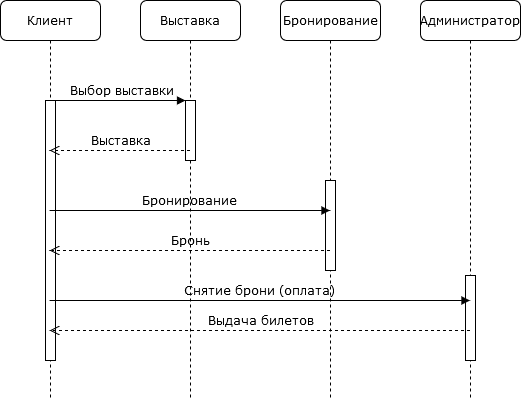
Above: Розничная покупка.png in MrSandman5/ApplicationArchitecture (draw.io), before the change. Source tidied: cells renumbered, new cells last; positions are measured from the earlier drawing's top-left corner, leaving out a move shared by most shapes. The source it was exported from:
```xml
<mxGraphModel background="#ffffff">
  <root>
    <mxCell id="0" />
    <mxCell id="1" parent="0" />
    <mxCell id="2" value="Выставка" style="shape=umlLifeline;perimeter=lifelinePerimeter;whiteSpace=wrap;html=1;outlineConnect=0;rounded=1;shadow=0;comic=0;labelBackgroundColor=none;strokeWidth=1;fontFamily=Verdana;fontSize=12;align=center;" parent="1" vertex="1">
      <mxGeometry x="140" width="100" height="400" as="geometry" />
    </mxCell>
    <mxCell id="3" style="html=1;points=[];perimeter=orthogonalPerimeter;rounded=0;shadow=0;comic=0;labelBackgroundColor=none;strokeWidth=1;fontFamily=Verdana;fontSize=12;align=center;" parent="2" vertex="1">
      <mxGeometry x="45" y="100" width="10" height="60" as="geometry" />
    </mxCell>
    <mxCell id="4" value="Бронирование" style="shape=umlLifeline;perimeter=lifelinePerimeter;whiteSpace=wrap;html=1;outlineConnect=0;rounded=1;shadow=0;comic=0;labelBackgroundColor=none;strokeWidth=1;fontFamily=Verdana;fontSize=12;align=center;" parent="1" vertex="1">
      <mxGeometry x="280" width="100" height="400" as="geometry" />
    </mxCell>
    <mxCell id="5" style="html=1;perimeter=orthogonalPerimeter;rounded=0;shadow=0;comic=0;labelBackgroundColor=none;strokeWidth=1;fontFamily=Verdana;fontSize=12;align=center;" parent="4" vertex="1">
      <mxGeometry x="45" y="180" width="10" height="90" as="geometry" />
    </mxCell>
    <mxCell id="6" value="Администратор" style="shape=umlLifeline;perimeter=lifelinePerimeter;whiteSpace=wrap;html=1;outlineConnect=0;rounded=1;shadow=0;comic=0;labelBackgroundColor=none;strokeWidth=1;fontFamily=Verdana;fontSize=12;align=center;" parent="1" vertex="1">
      <mxGeometry x="420" width="100" height="400" as="geometry" />
    </mxCell>
    <mxCell id="7" style="html=1;perimeter=orthogonalPerimeter;rounded=0;shadow=0;comic=0;labelBackgroundColor=none;strokeWidth=1;fontFamily=Verdana;fontSize=12;align=center;" parent="6" vertex="1">
      <mxGeometry x="45" y="275" width="10" height="85" as="geometry" />
    </mxCell>
    <mxCell id="8" value="Клиент" style="shape=umlLifeline;perimeter=lifelinePerimeter;whiteSpace=wrap;html=1;outlineConnect=0;rounded=1;shadow=0;comic=0;labelBackgroundColor=none;strokeWidth=1;fontFamily=Verdana;fontSize=12;align=center;" parent="1" vertex="1">
      <mxGeometry width="100" height="400" as="geometry" />
    </mxCell>
    <mxCell id="9" style="html=1;points=[];perimeter=orthogonalPerimeter;rounded=0;shadow=0;comic=0;labelBackgroundColor=none;strokeWidth=1;fontFamily=Verdana;fontSize=12;align=center;" parent="8" vertex="1">
      <mxGeometry x="45" y="100" width="10" height="260" as="geometry" />
    </mxCell>
    <mxCell id="10" value="Выставка" style="html=1;verticalAlign=bottom;endArrow=open;dashed=1;endSize=8;labelBackgroundColor=none;fontFamily=Verdana;fontSize=12;edgeStyle=elbowEdgeStyle;elbow=vertical;" parent="1" edge="1" source="2" target="8">
      <mxGeometry relative="1" as="geometry">
        <Array as="points">
          <mxPoint x="110" y="150" />
          <mxPoint x="140" y="150" />
        </Array>
      </mxGeometry>
    </mxCell>
    <mxCell id="11" value="Снятие брони (оплата)" style="html=1;verticalAlign=bottom;endArrow=block;labelBackgroundColor=none;fontFamily=Verdana;fontSize=12;" parent="1" edge="1" source="8" target="6">
      <mxGeometry relative="1" as="geometry">
        <Array as="points">
          <mxPoint x="360" y="300" />
        </Array>
      </mxGeometry>
    </mxCell>
    <mxCell id="12" value="Выбор выставки" style="html=1;verticalAlign=bottom;endArrow=block;entryX=0;entryY=0;labelBackgroundColor=none;fontFamily=Verdana;fontSize=12;edgeStyle=elbowEdgeStyle;elbow=vertical;" parent="1" edge="1" source="9" target="3">
      <mxGeometry relative="1" as="geometry" />
    </mxCell>
    <mxCell id="13" value="Бронирование" style="html=1;verticalAlign=bottom;endArrow=block;labelBackgroundColor=none;fontFamily=Verdana;fontSize=12;edgeStyle=elbowEdgeStyle;elbow=vertical;" parent="1" edge="1" source="8" target="4">
      <mxGeometry relative="1" as="geometry">
        <Array as="points">
          <mxPoint x="220" y="210" />
        </Array>
      </mxGeometry>
    </mxCell>
    <mxCell id="14" value="Бронь" style="html=1;verticalAlign=bottom;endArrow=open;dashed=1;endSize=8;labelBackgroundColor=none;fontFamily=Verdana;fontSize=12;edgeStyle=elbowEdgeStyle;elbow=vertical;" parent="1" edge="1" source="4" target="8">
      <mxGeometry relative="1" as="geometry">
        <Array as="points">
          <mxPoint x="180.7" y="250" />
          <mxPoint x="210.7" y="250" />
        </Array>
      </mxGeometry>
    </mxCell>
    <mxCell id="15" value="Выдача билетов" style="html=1;verticalAlign=bottom;endArrow=open;dashed=1;endSize=8;labelBackgroundColor=none;fontFamily=Verdana;fontSize=12;edgeStyle=elbowEdgeStyle;elbow=vertical;" parent="1" edge="1" source="6" target="8">
      <mxGeometry relative="1" as="geometry">
        <Array as="points">
          <mxPoint x="251.6" y="330" />
          <mxPoint x="281.6" y="330" />
        </Array>
      </mxGeometry>
    </mxCell>
  </root>
</mxGraphModel>
```
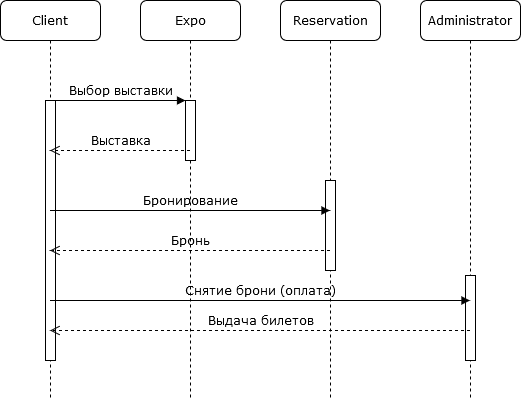
Above is the later version.

The edit, as a diff of the source:
```diff
@@ -2,25 +2,25 @@
   <root>
     <mxCell id="0" />
     <mxCell id="1" parent="0" />
-    <mxCell id="2" value="Выставка" style="shape=umlLifeline;perimeter=lifelinePerimeter;whiteSpace=wrap;html=1;outlineConnect=0;rounded=1;shadow=0;comic=0;labelBackgroundColor=none;strokeWidth=1;fontFamily=Verdana;fontSize=12;align=center;" parent="1" vertex="1">
+    <mxCell id="2" value="Expo" style="shape=umlLifeline;perimeter=lifelinePerimeter;whiteSpace=wrap;html=1;outlineConnect=0;rounded=1;shadow=0;comic=0;labelBackgroundColor=none;strokeWidth=1;fontFamily=Verdana;fontSize=12;align=center;" parent="1" vertex="1">
       <mxGeometry x="140" width="100" height="400" as="geometry" />
     </mxCell>
     <mxCell id="3" style="html=1;points=[];perimeter=orthogonalPerimeter;rounded=0;shadow=0;comic=0;labelBackgroundColor=none;strokeWidth=1;fontFamily=Verdana;fontSize=12;align=center;" parent="2" vertex="1">
       <mxGeometry x="45" y="100" width="10" height="60" as="geometry" />
     </mxCell>
-    <mxCell id="4" value="Бронирование" style="shape=umlLifeline;perimeter=lifelinePerimeter;whiteSpace=wrap;html=1;outlineConnect=0;rounded=1;shadow=0;comic=0;labelBackgroundColor=none;strokeWidth=1;fontFamily=Verdana;fontSize=12;align=center;" parent="1" vertex="1">
+    <mxCell id="4" value="Reservation" style="shape=umlLifeline;perimeter=lifelinePerimeter;whiteSpace=wrap;html=1;outlineConnect=0;rounded=1;shadow=0;comic=0;labelBackgroundColor=none;strokeWidth=1;fontFamily=Verdana;fontSize=12;align=center;" parent="1" vertex="1">
       <mxGeometry x="280" width="100" height="400" as="geometry" />
     </mxCell>
     <mxCell id="5" style="html=1;perimeter=orthogonalPerimeter;rounded=0;shadow=0;comic=0;labelBackgroundColor=none;strokeWidth=1;fontFamily=Verdana;fontSize=12;align=center;" parent="4" vertex="1">
       <mxGeometry x="45" y="180" width="10" height="90" as="geometry" />
     </mxCell>
-    <mxCell id="6" value="Администратор" style="shape=umlLifeline;perimeter=lifelinePerimeter;whiteSpace=wrap;html=1;outlineConnect=0;rounded=1;shadow=0;comic=0;labelBackgroundColor=none;strokeWidth=1;fontFamily=Verdana;fontSize=12;align=center;" parent="1" vertex="1">
+    <mxCell id="6" value="Administrator" style="shape=umlLifeline;perimeter=lifelinePerimeter;whiteSpace=wrap;html=1;outlineConnect=0;rounded=1;shadow=0;comic=0;labelBackgroundColor=none;strokeWidth=1;fontFamily=Verdana;fontSize=12;align=center;" parent="1" vertex="1">
       <mxGeometry x="420" width="100" height="400" as="geometry" />
     </mxCell>
     <mxCell id="7" style="html=1;perimeter=orthogonalPerimeter;rounded=0;shadow=0;comic=0;labelBackgroundColor=none;strokeWidth=1;fontFamily=Verdana;fontSize=12;align=center;" parent="6" vertex="1">
       <mxGeometry x="45" y="275" width="10" height="85" as="geometry" />
     </mxCell>
-    <mxCell id="8" value="Клиент" style="shape=umlLifeline;perimeter=lifelinePerimeter;whiteSpace=wrap;html=1;outlineConnect=0;rounded=1;shadow=0;comic=0;labelBackgroundColor=none;strokeWidth=1;fontFamily=Verdana;fontSize=12;align=center;" parent="1" vertex="1">
+    <mxCell id="8" value="Client" style="shape=umlLifeline;perimeter=lifelinePerimeter;whiteSpace=wrap;html=1;outlineConnect=0;rounded=1;shadow=0;comic=0;labelBackgroundColor=none;strokeWidth=1;fontFamily=Verdana;fontSize=12;align=center;" parent="1" vertex="1">
       <mxGeometry width="100" height="400" as="geometry" />
     </mxCell>
     <mxCell id="9" style="html=1;points=[];perimeter=orthogonalPerimeter;rounded=0;shadow=0;comic=0;labelBackgroundColor=none;strokeWidth=1;fontFamily=Verdana;fontSize=12;align=center;" parent="8" vertex="1">
```
